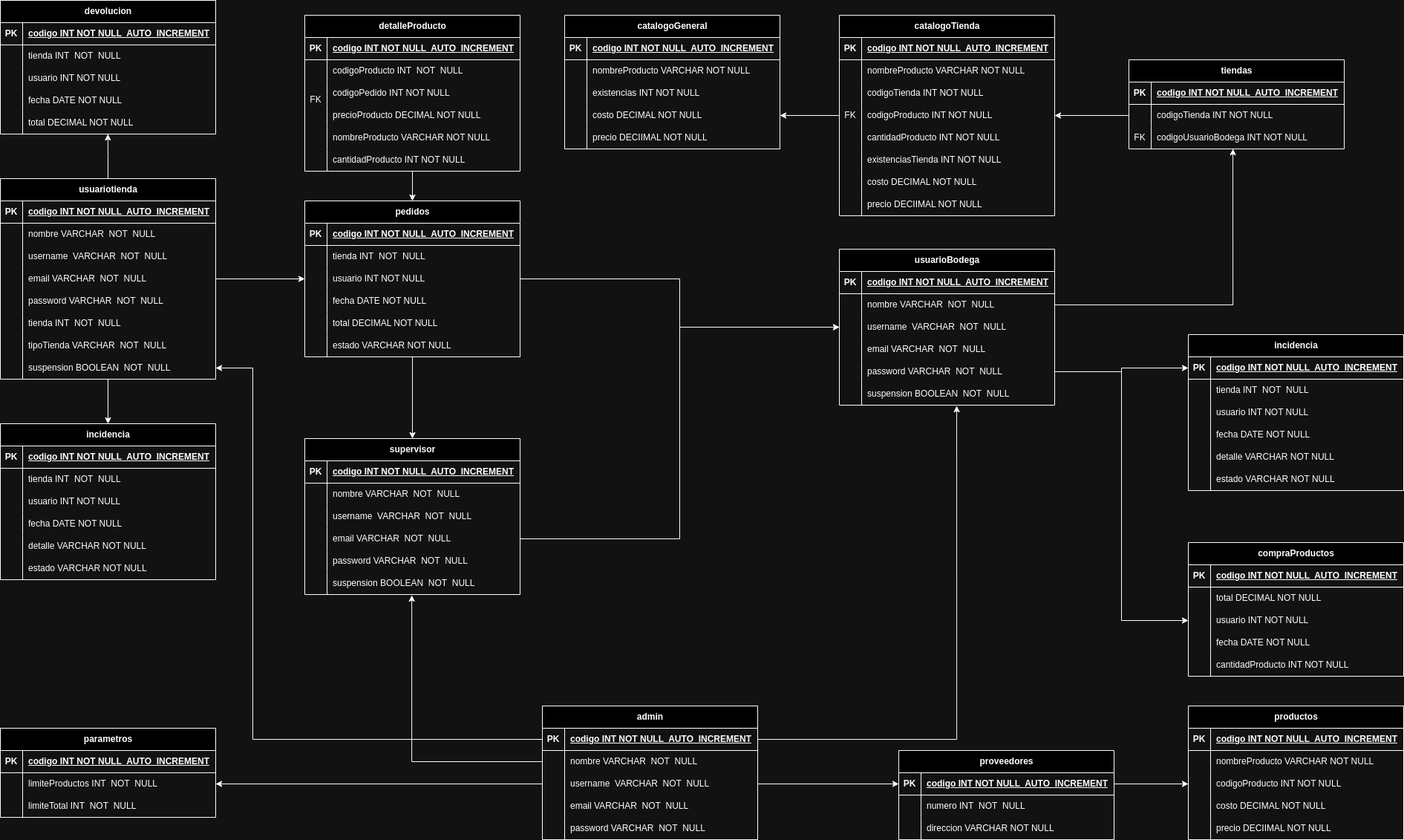
117CarlosCoder/Modelado keeps this draw.io diagram as Diagrama de tablas.drawio.png. Above is the earlier version. Source tidied: cells renumbered, new cells last; positions are measured from the earlier drawing's top-left corner, leaving out a move shared by most shapes.
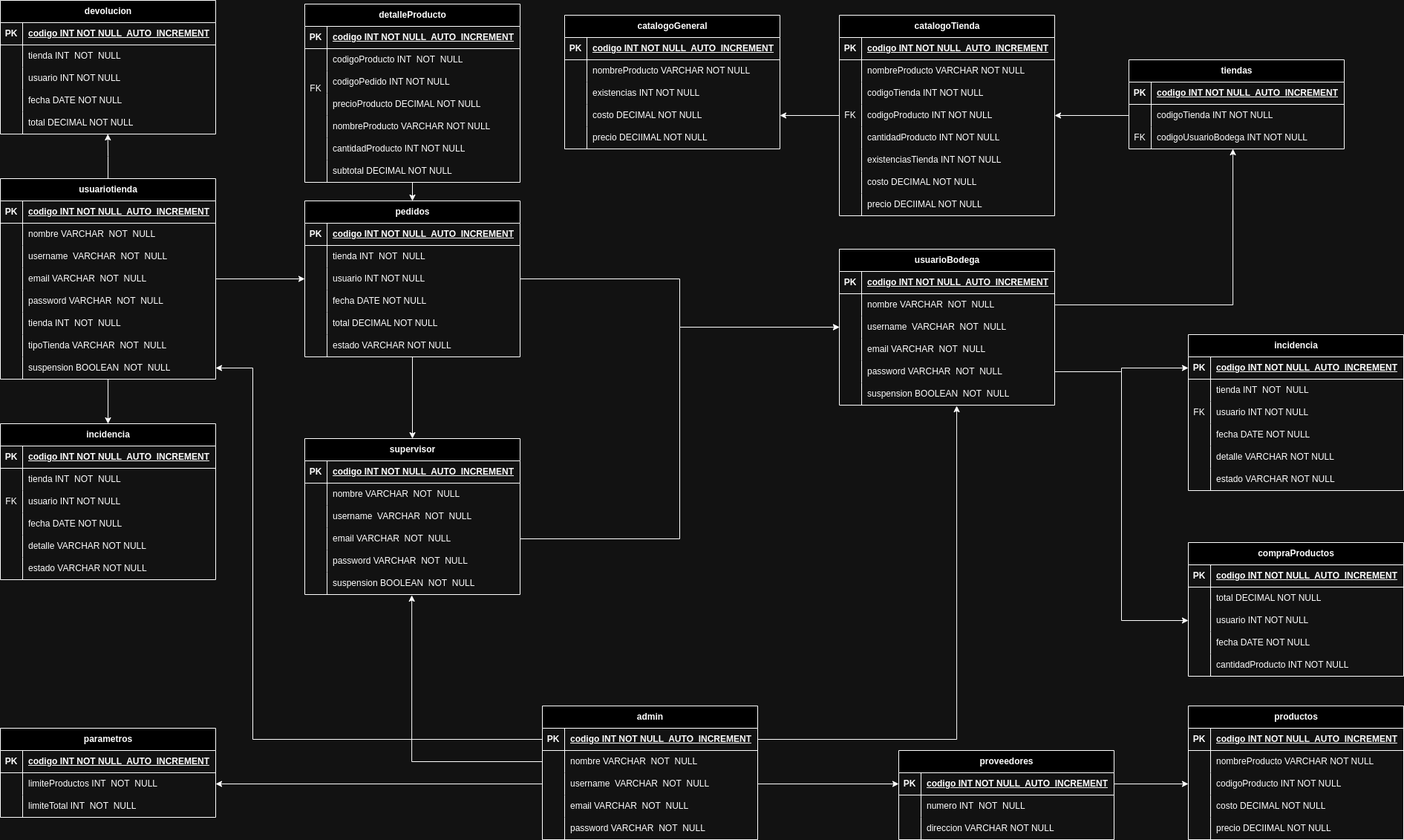
After the change.

The edit, as a diff of the source:
```diff
@@ -312,7 +312,7 @@
       <mxGeometry relative="1" as="geometry" />
     </mxCell>
     <mxCell id="105" value="detalleProducto" style="shape=table;startSize=30;rowLines=0;fontStyle=1;align=center;html=1;" parent="1" vertex="1">
-      <mxGeometry x="410" y="20" width="290" height="210" as="geometry" />
+      <mxGeometry x="410" y="5" width="290" height="240" as="geometry" />
     </mxCell>
     <mxCell id="106" style="shape=tableRow;horizontal=0;startSize=0;swimlaneHead=0;swimlaneBody=0;fillColor=none;top=0;left=0;right=0;bottom=1;" parent="105" vertex="1">
       <mxGeometry y="30" width="290" height="30" as="geometry" />
@@ -368,6 +368,15 @@
     <mxCell id="123" value="cantidadProducto INT NOT NULL" style="shape=partialRectangle;fillColor=none;top=0;left=0;bottom=0;right=0;align=left;spacingLeft=6;overflow=hidden;whiteSpace=wrap;html=1;" parent="121" vertex="1">
       <mxGeometry x="30" width="260" height="30" as="geometry" />
     </mxCell>
+    <mxCell id="294" style="shape=tableRow;horizontal=0;startSize=0;swimlaneHead=0;swimlaneBody=0;fillColor=none;top=0;left=0;right=0;bottom=0;" parent="105" vertex="1">
+      <mxGeometry y="210" width="290" height="30" as="geometry" />
+    </mxCell>
+    <mxCell id="295" style="shape=partialRectangle;fillColor=none;top=0;left=0;bottom=0;right=0;overflow=hidden;whiteSpace=wrap;html=1;" parent="294" vertex="1">
+      <mxGeometry width="30" height="30" as="geometry" />
+    </mxCell>
+    <mxCell id="296" value="subtotal DECIMAL NOT NULL" style="shape=partialRectangle;fillColor=none;top=0;left=0;bottom=0;right=0;align=left;spacingLeft=6;overflow=hidden;whiteSpace=wrap;html=1;" parent="294" vertex="1">
+      <mxGeometry x="30" width="260" height="30" as="geometry" />
+    </mxCell>
     <mxCell id="124" value="incidencia" style="shape=table;startSize=30;rowLines=0;fontStyle=1;align=center;html=1;" parent="1" vertex="1">
       <mxGeometry x="1600" y="450" width="290" height="210" as="geometry" />
     </mxCell>
@@ -392,7 +401,7 @@
     <mxCell id="131" style="shape=tableRow;horizontal=0;startSize=0;swimlaneHead=0;swimlaneBody=0;fillColor=none;top=0;left=0;right=0;bottom=0;" parent="124" vertex="1">
       <mxGeometry y="90" width="290" height="30" as="geometry" />
     </mxCell>
-    <mxCell id="132" style="shape=partialRectangle;fillColor=none;top=0;left=0;bottom=0;right=0;overflow=hidden;whiteSpace=wrap;html=1;" parent="131" vertex="1">
+    <mxCell id="132" value="FK" style="shape=partialRectangle;fillColor=none;top=0;left=0;bottom=0;right=0;overflow=hidden;whiteSpace=wrap;html=1;" parent="131" vertex="1">
       <mxGeometry width="30" height="30" as="geometry" />
     </mxCell>
     <mxCell id="133" value="usuario INT NOT NULL" style="shape=partialRectangle;fillColor=none;top=0;left=0;bottom=0;right=0;align=left;spacingLeft=6;overflow=hidden;whiteSpace=wrap;html=1;" parent="131" vertex="1">
@@ -812,7 +821,7 @@
     <mxCell id="271" style="shape=tableRow;horizontal=0;startSize=0;swimlaneHead=0;swimlaneBody=0;fillColor=none;top=0;left=0;right=0;bottom=0;" parent="264" vertex="1">
       <mxGeometry y="90" width="290" height="30" as="geometry" />
     </mxCell>
-    <mxCell id="272" style="shape=partialRectangle;fillColor=none;top=0;left=0;bottom=0;right=0;overflow=hidden;whiteSpace=wrap;html=1;" parent="271" vertex="1">
+    <mxCell id="272" value="FK" style="shape=partialRectangle;fillColor=none;top=0;left=0;bottom=0;right=0;overflow=hidden;whiteSpace=wrap;html=1;" parent="271" vertex="1">
       <mxGeometry width="30" height="30" as="geometry" />
     </mxCell>
     <mxCell id="273" value="usuario INT NOT NULL" style="shape=partialRectangle;fillColor=none;top=0;left=0;bottom=0;right=0;align=left;spacingLeft=6;overflow=hidden;whiteSpace=wrap;html=1;" parent="271" vertex="1">
```
